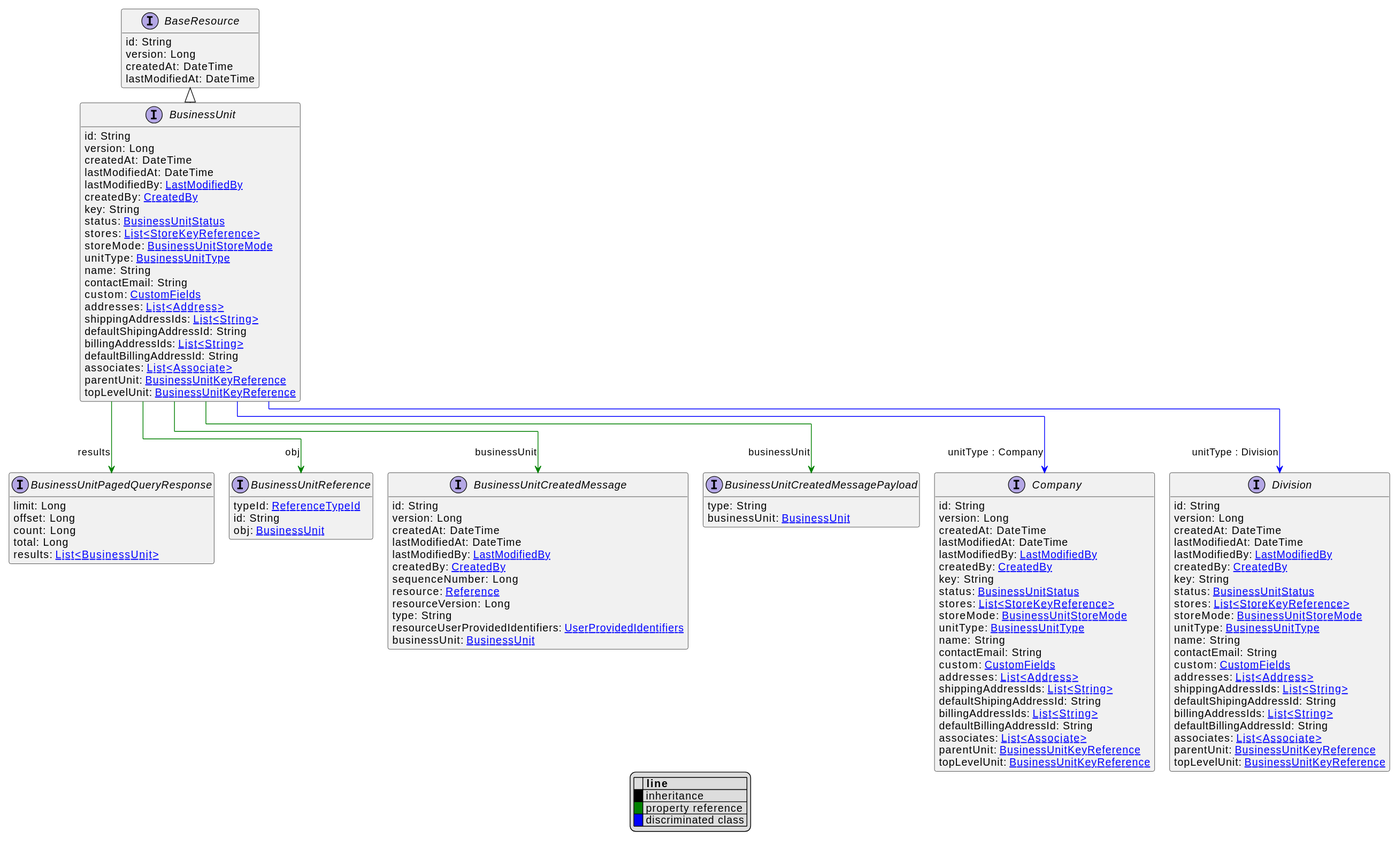
Earlier version of the PlantUML export uml/api/svg/BusinessUnit.svg (commercetools/commercetools-api-reference).
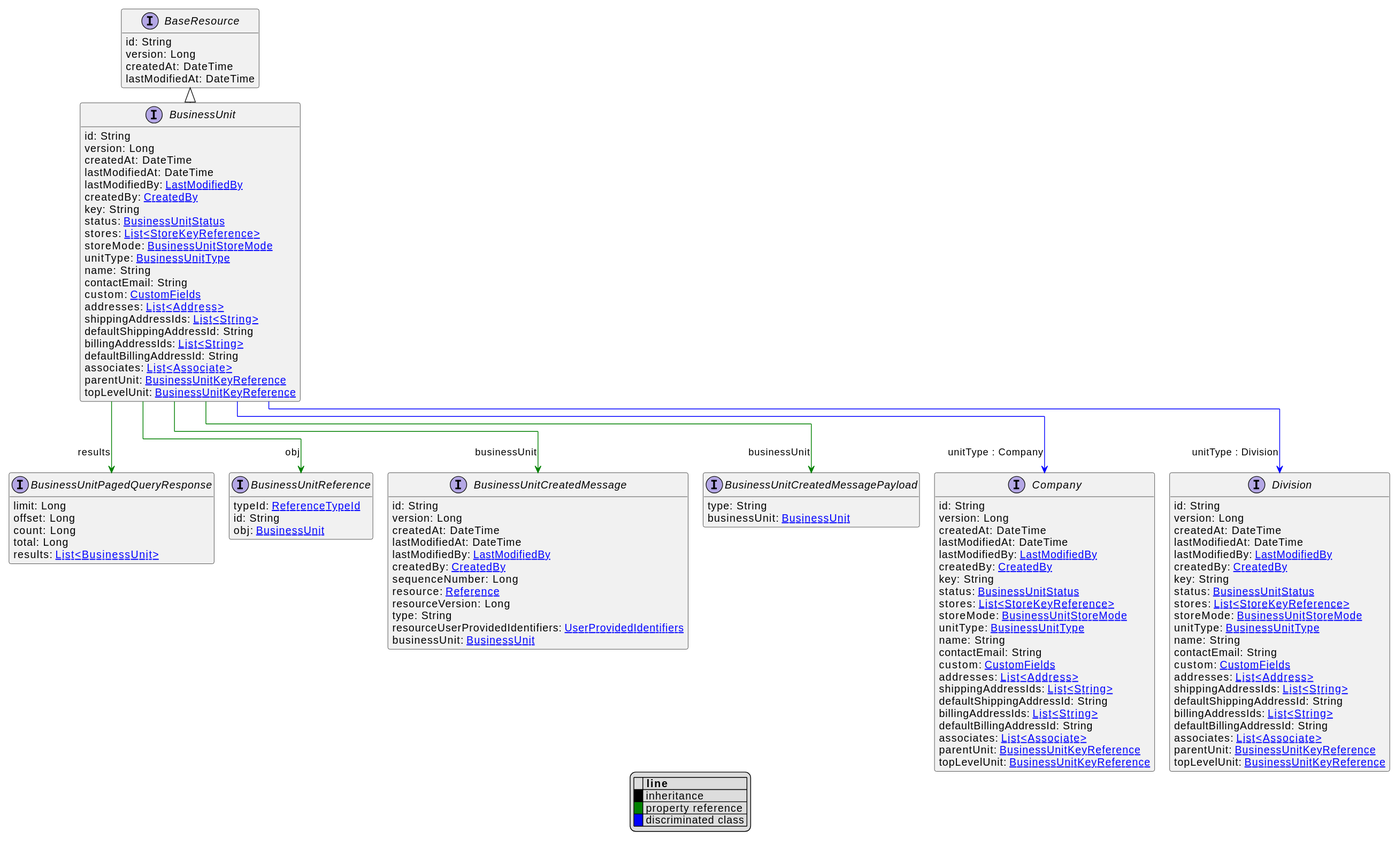
The same diagram one commit later.

Diff of the diagram source:
```diff
@@ -25,7 +25,7 @@
     custom: [[CustomFields.svg CustomFields]]
     addresses: [[Address.svg List<Address>]]
     shippingAddressIds: [[String.svg List<String>]]
-    defaultShipingAddressId: String
+    defaultShippingAddressId: String
     billingAddressIds: [[String.svg List<String>]]
     defaultBillingAddressId: String
     associates: [[Associate.svg List<Associate>]]
@@ -56,7 +56,7 @@
     custom: [[CustomFields.svg CustomFields]]
     addresses: [[Address.svg List<Address>]]
     shippingAddressIds: [[String.svg List<String>]]
-    defaultShipingAddressId: String
+    defaultShippingAddressId: String
     billingAddressIds: [[String.svg List<String>]]
     defaultBillingAddressId: String
     associates: [[Associate.svg List<Associate>]]
@@ -80,7 +80,7 @@
     custom: [[CustomFields.svg CustomFields]]
     addresses: [[Address.svg List<Address>]]
     shippingAddressIds: [[String.svg List<String>]]
-    defaultShipingAddressId: String
+    defaultShippingAddressId: String
     billingAddressIds: [[String.svg List<String>]]
     defaultBillingAddressId: String
     associates: [[Associate.svg List<Associate>]]
```
